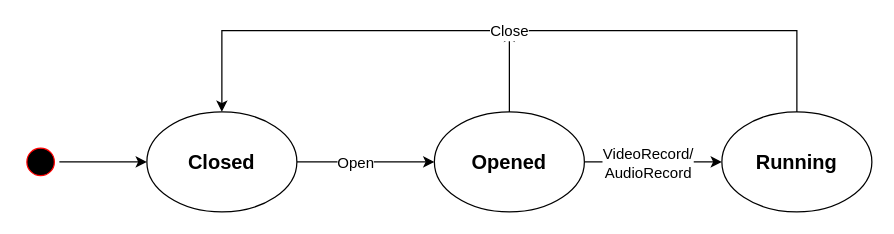
The draw.io diagram docs/drawio/driver-lifecycle.drawio in pion/mediadevices, before the edit. Source tidied: cells renumbered, new cells numbered last; positions are measured from the earlier drawing's top-left corner, leaving out a move shared by most shapes. Both pictures are drawn from the tidied source at 125%, with x=0, y=0 at pixel (21, 30).
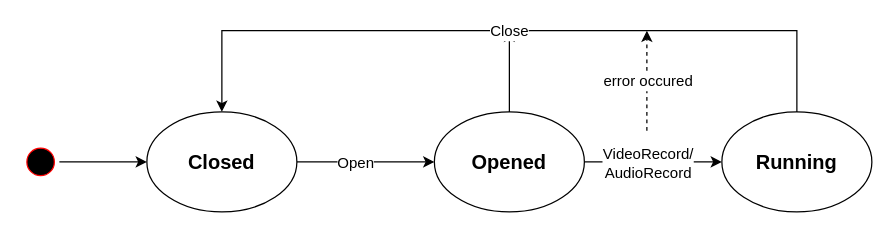
The same page after the edit.

What changed in the source:
```diff
@@
+    <mxCell id="14" style="endArrow=classic;dashed=1;html=1;endFill=1;" parent="1" edge="1">
+      <mxGeometry relative="1" as="geometry">
+        <mxPoint x="500" y="80" as="sourcePoint" />
+        <mxPoint x="500" as="targetPoint" />
+      </mxGeometry>
+    </mxCell>
+    <mxCell id="15" value="error occured" style="text;html=1;align=center;verticalAlign=middle;labelBackgroundColor=#ffffff;" parent="14" vertex="1">
+      <mxGeometry x="0.28" relative="1" as="geometry">
+        <mxPoint y="11" as="offset" />
+      </mxGeometry>
+    </mxCell>
```
